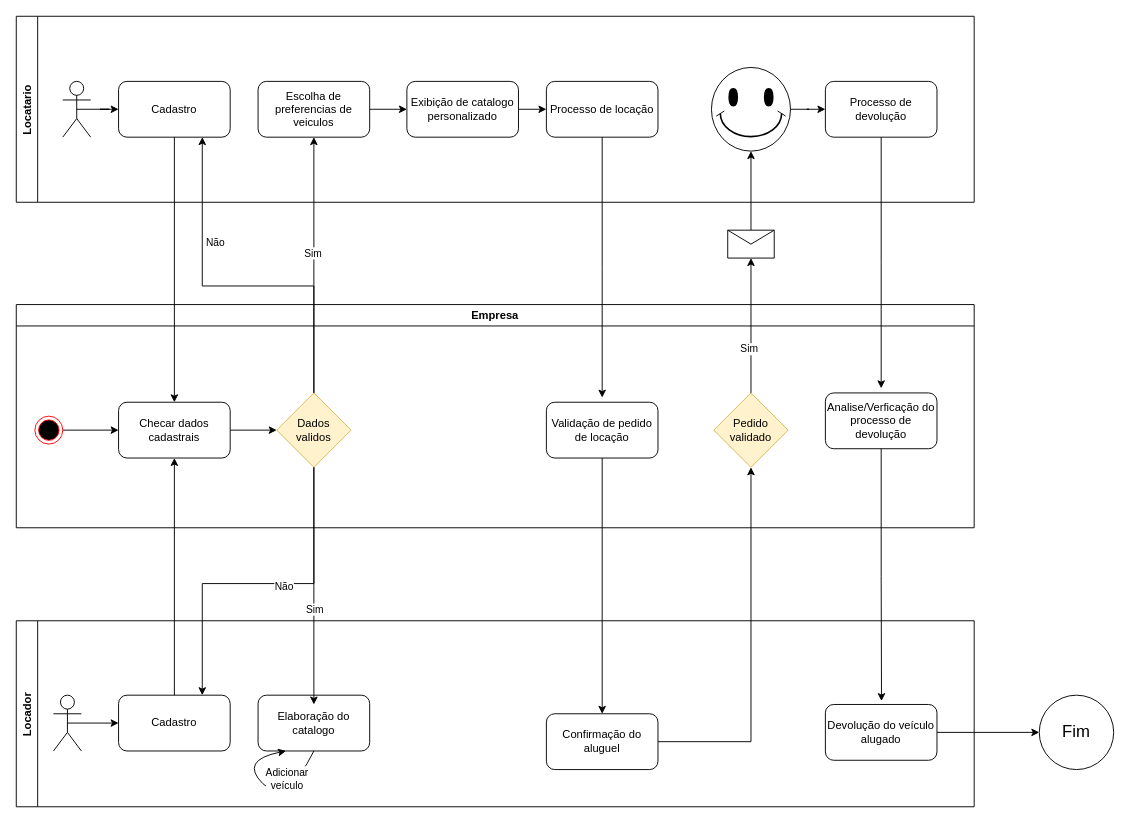
The draw.io diagram Untitled Diagram.drawio in patrickm97/Auto-Rent, before the edit. Source tidied: cells renumbered, new cells numbered last; positions are measured from the earlier drawing's top-left corner, leaving out a move shared by most shapes. Both pictures are drawn from the tidied source at 93%, with x=0, y=0 at pixel (16, 16).
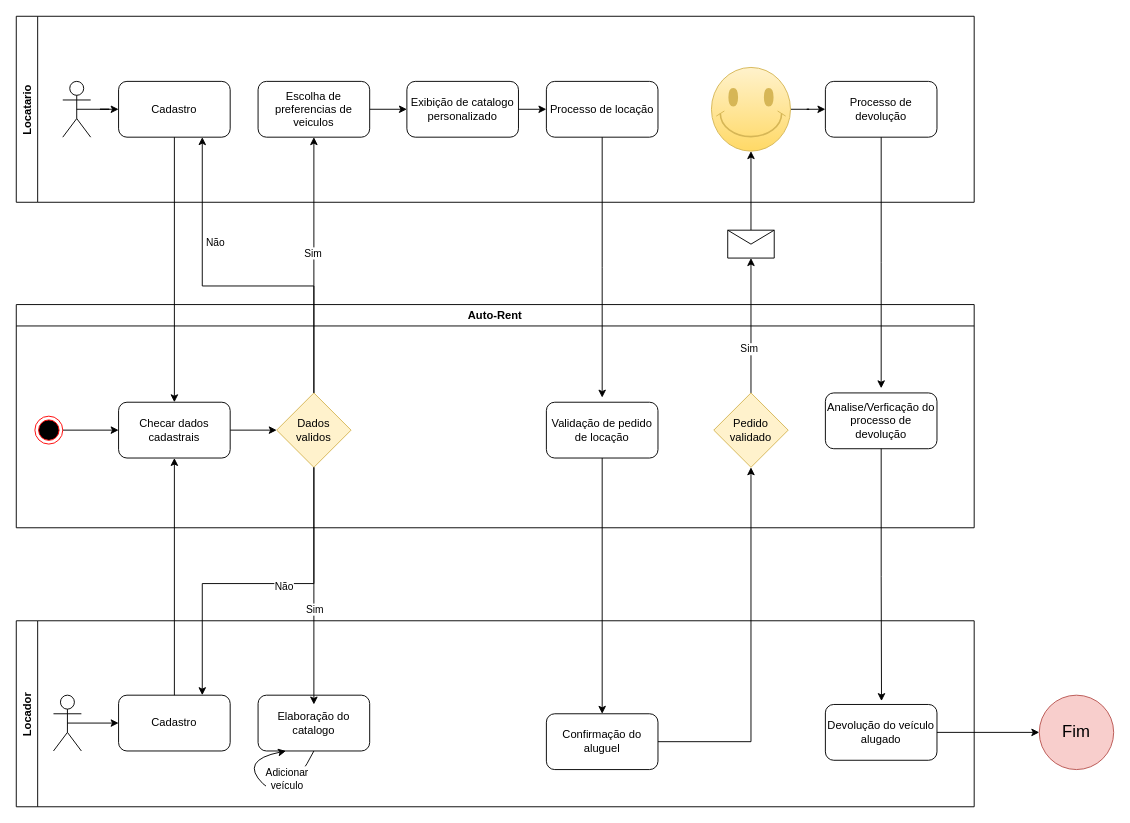
The same page after the edit.

Unchanged cells that the change refers to:
```xml
<mxCell id="2" value="Locatario" style="swimlane;horizontal=0;" parent="1" vertex="1">
  <mxGeometry width="1030" height="200" as="geometry" />
</mxCell>
```

Change to the diagram source:
```diff
@@
-    <mxCell id="13" style="verticalLabelPosition=bottom;verticalAlign=top;html=1;shape=mxgraph.basic.smiley;gradientColor=#ffffff;" parent="2" vertex="1">
+    <mxCell id="13" style="verticalLabelPosition=bottom;verticalAlign=top;html=1;shape=mxgraph.basic.smiley;fillColor=#fff2cc;strokeColor=#d6b656;gradientColor=#ffd966;" parent="2" vertex="1">
       <mxGeometry x="747.5" y="55" width="85" height="90" as="geometry" />
     </mxCell>
@@
-    <mxCell id="23" value="Empresa" style="swimlane;" parent="1" vertex="1">
+    <mxCell id="23" value="Auto-Rent" style="swimlane;" parent="1" vertex="1">
       <mxGeometry y="310" width="1030" height="240" as="geometry" />
     </mxCell>
@@
-    <mxCell id="51" value="Fim" style="ellipse;whiteSpace=wrap;html=1;fontSize=18;" parent="1" vertex="1">
+    <mxCell id="51" value="Fim" style="ellipse;whiteSpace=wrap;html=1;fontSize=18;fillColor=#f8cecc;strokeColor=#b85450;" parent="1" vertex="1">
       <mxGeometry x="1100" y="730" width="80" height="80" as="geometry" />
     </mxCell>
```
